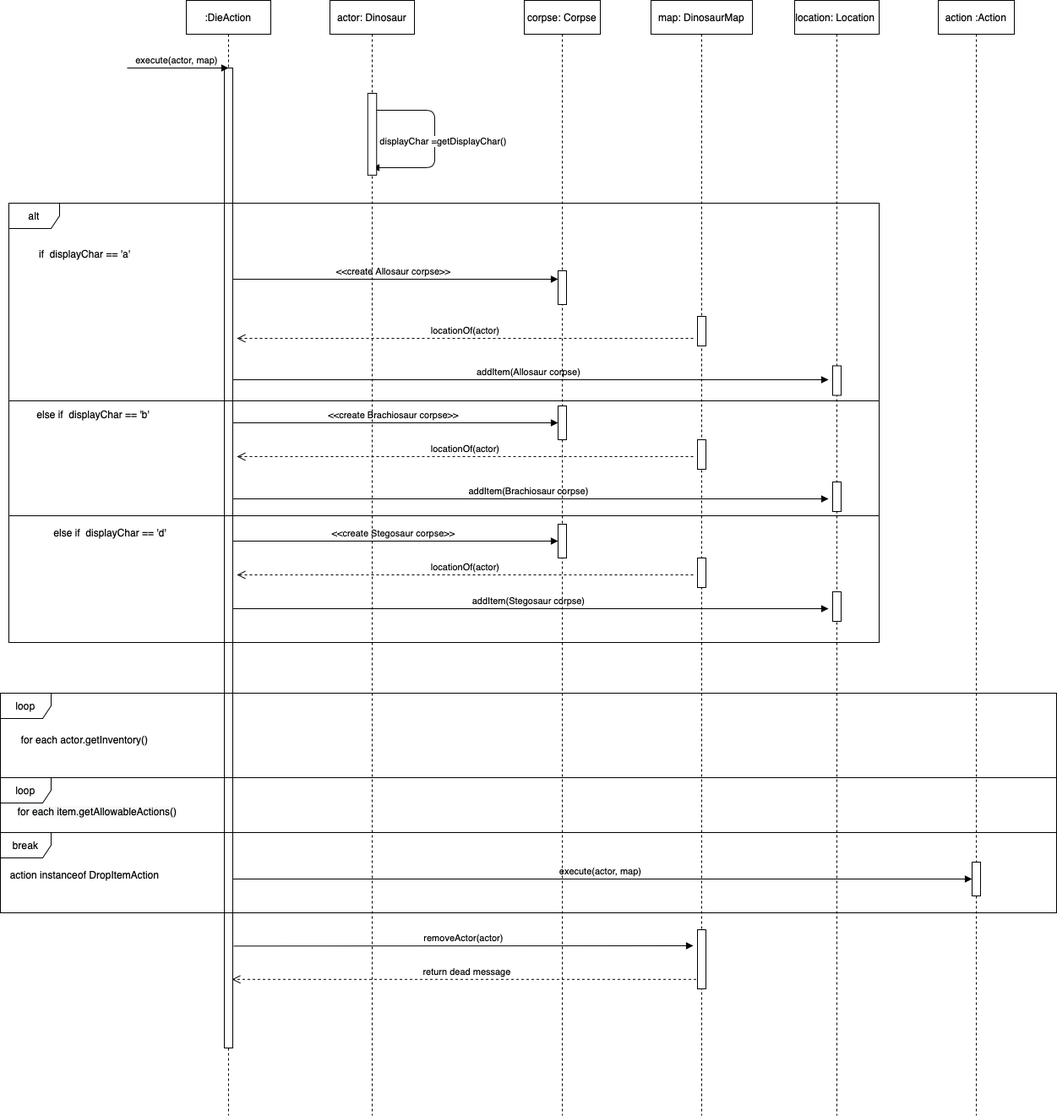
The draw.io diagram assignment_workings/DieAction.execute.png in mltw/fit2099-jurassic-park-2021, before a commit. Source tidied: cells renumbered, new cells last; positions are measured from the earlier drawing's top-left corner, leaving out a move shared by most shapes.
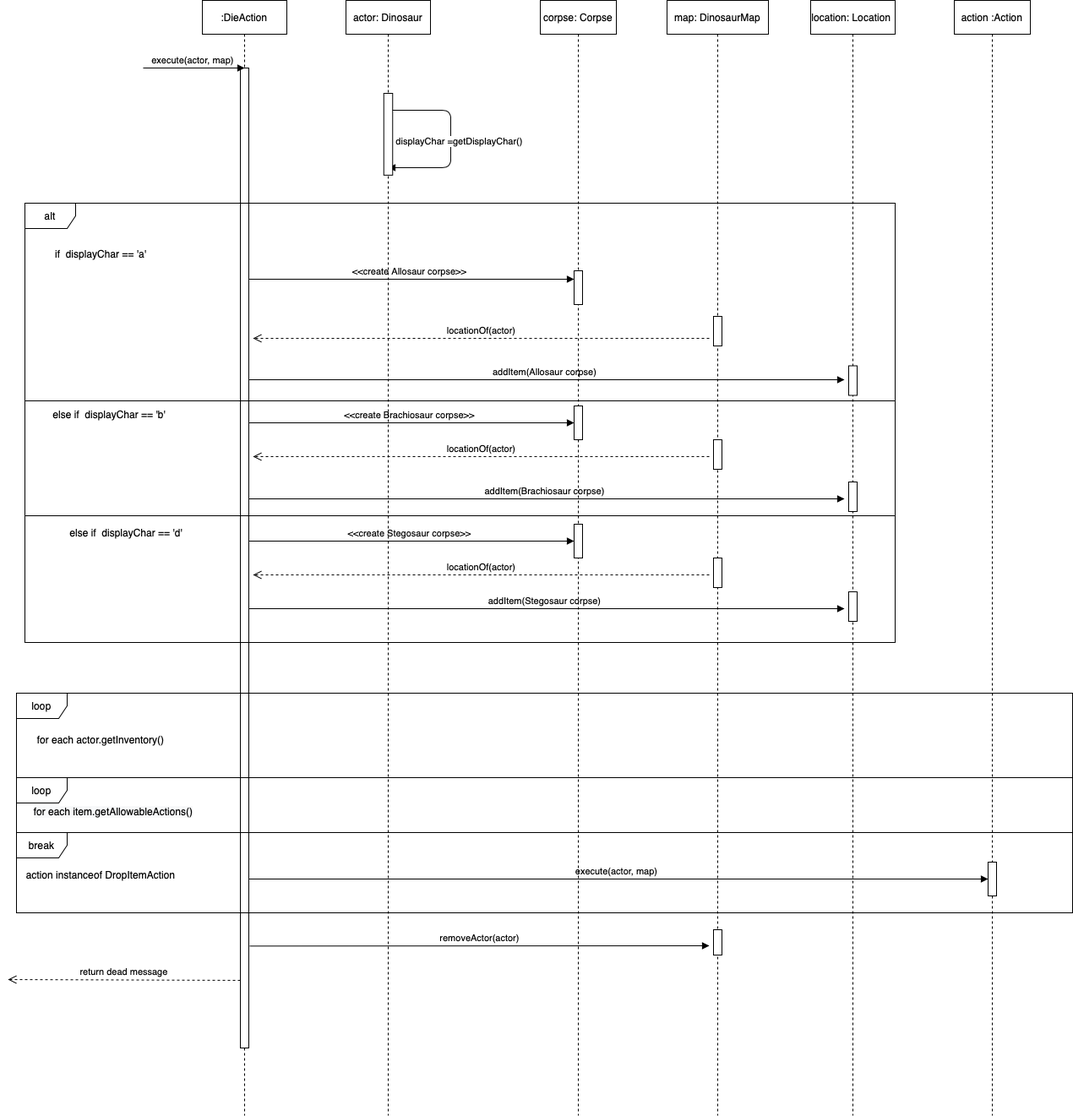
The same file after the commit.

Commit message:
update DieAction.execute sequence diagram

Diff of the diagram source:
```diff
@@ -2,8 +2,10 @@
   <root>
     <mxCell id="0" />
     <mxCell id="1" parent="0" />
-    <mxCell id="2" value="return dead message" style="html=1;verticalAlign=bottom;endArrow=open;dashed=1;endSize=8;entryX=0.9;entryY=0.93;entryDx=0;entryDy=0;entryPerimeter=0;" parent="1" edge="1" source="8" target="17">
-      <mxGeometry relative="1" as="geometry" />
+    <mxCell id="2" value="return dead message" style="html=1;verticalAlign=bottom;endArrow=open;dashed=1;endSize=8;exitX=0;exitY=0.931;exitDx=0;exitDy=0;exitPerimeter=0;" parent="1" edge="1" source="17">
+      <mxGeometry relative="1" as="geometry">
+        <mxPoint x="-10" y="1159" as="targetPoint" />
+      </mxGeometry>
     </mxCell>
     <mxCell id="3" value="execute(actor, map)" style="html=1;verticalAlign=bottom;endArrow=block;" parent="1" edge="1" target="41">
       <mxGeometry relative="1" as="geometry">
@@ -47,7 +49,7 @@
       <mxGeometry x="55" y="660" width="10" height="35" as="geometry" />
     </mxCell>
     <mxCell id="12" style="html=1;perimeter=orthogonalPerimeter;" parent="8" vertex="1">
-      <mxGeometry x="55" y="1100" width="10" height="70" as="geometry" />
+      <mxGeometry x="55" y="1100" width="10" height="30" as="geometry" />
     </mxCell>
     <mxCell id="13" value="addItem(Allosaur corpse)" style="html=1;verticalAlign=bottom;endArrow=block;" parent="1" edge="1">
       <mxGeometry relative="1" as="geometry">
```
